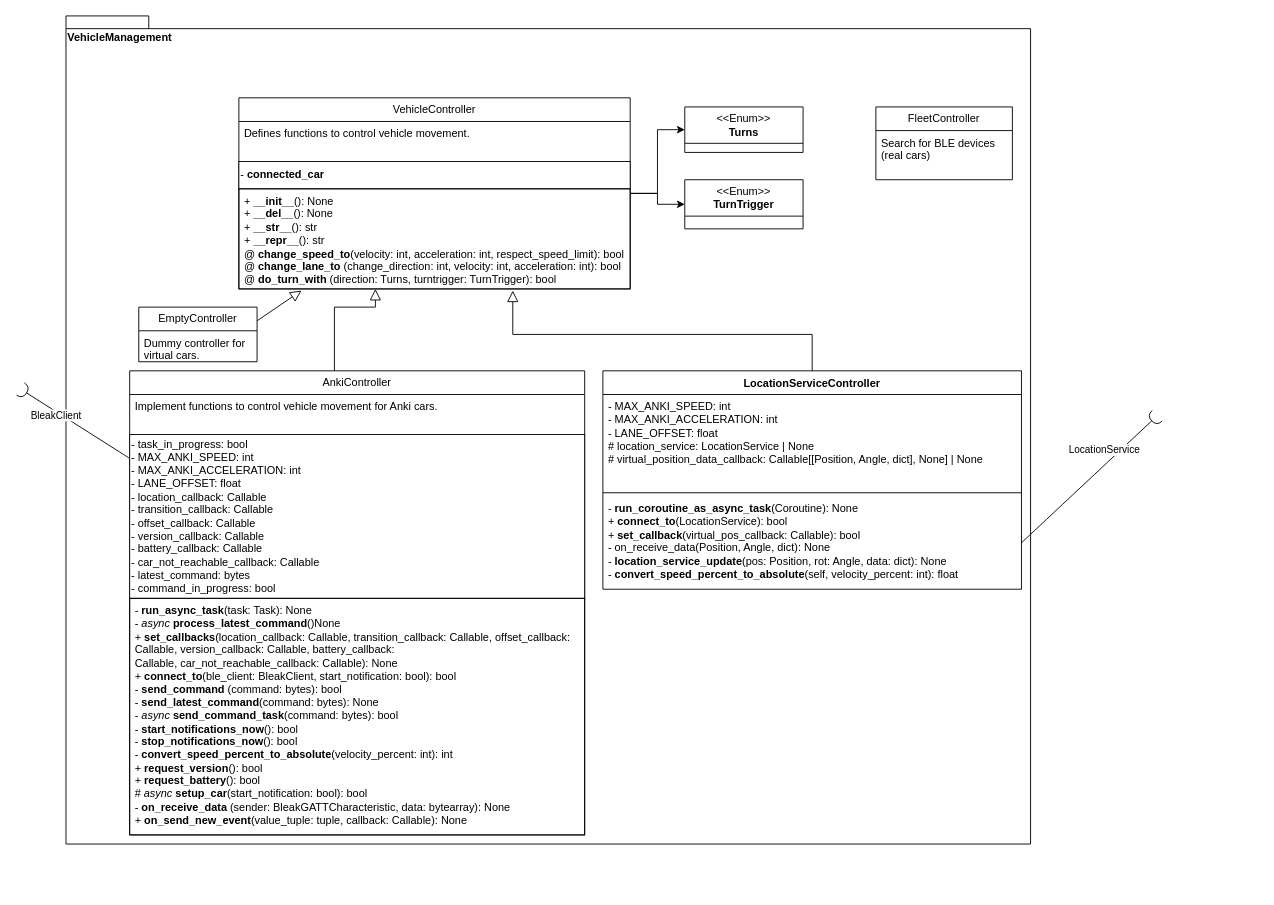
The draw.io diagram src/VehicleManagement/VehicleManagement.drawio in iavofficial/IAV_Distortion, before the edit. Source tidied: cells renumbered, new cells numbered last; positions are measured from the earlier drawing's top-left corner, leaving out a move shared by most shapes. Both pictures are drawn from the tidied source at 91%, with x=0, y=0 at pixel (20, 15).
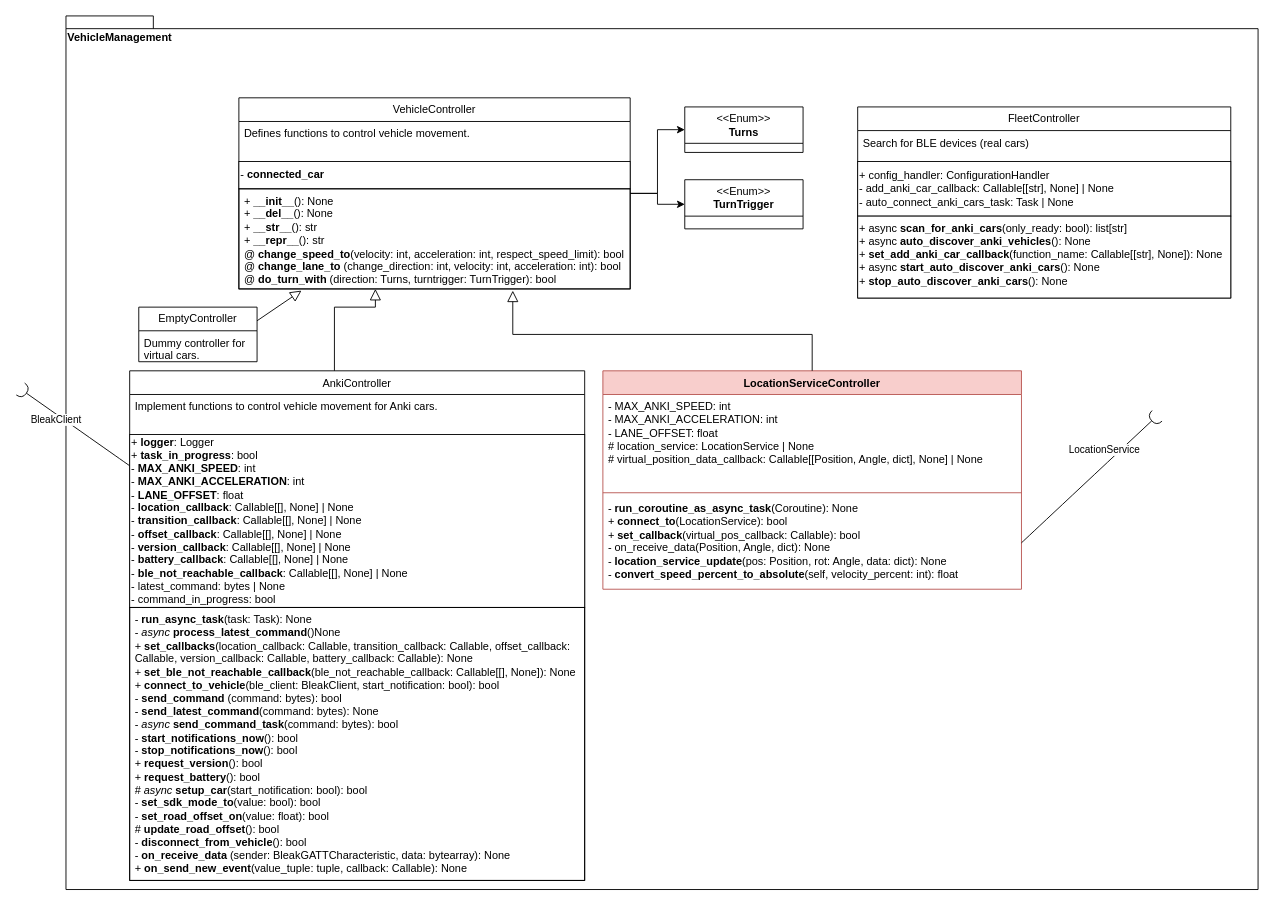
The same diagram, later.

Change to the diagram source:
```diff
@@
     <mxCell id="2" value="VehicleManagement" style="shape=folder;fontStyle=1;spacingTop=10;tabWidth=40;tabHeight=14;tabPosition=left;html=1;whiteSpace=wrap;align=left;verticalAlign=top;" parent="1" vertex="1">
-      <mxGeometry x="50" width="1060" height="910" as="geometry" />
+      <mxGeometry x="50" width="1310" height="960" as="geometry" />
     </mxCell>
-    <mxCell id="3" value="AnkiController" style="swimlane;fontStyle=0;horizontal=1;startSize=26;fillColor=none;whiteSpace=wrap;html=1;" parent="1" vertex="1">
-      <mxGeometry x="120" y="390" width="500" height="510" as="geometry" />
+    <mxCell id="3" value="AnkiController" style="swimlane;fontStyle=0;horizontal=1;startSize=26;fillColor=none;whiteSpace=wrap;html=1;verticalAlign=top;" parent="1" vertex="1">
+      <mxGeometry x="120" y="390" width="500" height="560" as="geometry" />
     </mxCell>
@@
-    <mxCell id="5" value="&lt;div&gt;- task_in_progress: bool&lt;/div&gt;&lt;div&gt;- MAX_ANKI_SPEED: int&lt;/div&gt;&lt;div&gt;- MAX_ANKI_ACCELERATION: int&lt;/div&gt;&lt;div&gt;- LANE_OFFSET: float&lt;/div&gt;&lt;div&gt;- location_callback:&amp;nbsp;Callable&lt;/div&gt;&lt;div&gt;- transition_callback: Callable&lt;/div&gt;&lt;div&gt;- offset_callback: Callable&lt;/div&gt;&lt;div&gt;- version_callback: Callable&lt;/div&gt;&lt;div&gt;- battery_callback: Callable&lt;/div&gt;&lt;div&gt;- car_not_reachable_callback: Callable&lt;/div&gt;&lt;div&gt;&lt;span style=&quot;background-color: initial;&quot;&gt;- latest_command: bytes&lt;/span&gt;&lt;br&gt;&lt;/div&gt;&lt;div&gt;&lt;span style=&quot;background-color: initial;&quot;&gt;- command_in_progress: bool&lt;/span&gt;&lt;br&gt;&lt;/div&gt;" style="html=1;whiteSpace=wrap;align=left;" parent="3" vertex="1">
-      <mxGeometry y="70" width="500" height="180" as="geometry" />
+    <mxCell id="5" value="&lt;div&gt;+&amp;nbsp;&lt;b&gt;logger&lt;/b&gt;: Logger&lt;/div&gt;&lt;div&gt;+ &lt;b&gt;task_in_progress&lt;/b&gt;: bool&lt;/div&gt;&lt;div&gt;- &lt;b&gt;MAX_ANKI_SPEED&lt;/b&gt;: int&lt;/div&gt;&lt;div&gt;- &lt;b&gt;MAX_ANKI_ACCELERATION&lt;/b&gt;: int&lt;/div&gt;&lt;div&gt;- &lt;b&gt;LANE_OFFSET&lt;/b&gt;: float&lt;/div&gt;&lt;div&gt;- &lt;b&gt;location_callback&lt;/b&gt;:&amp;nbsp;&lt;span style=&quot;background-color: initial;&quot;&gt;Callable[[], None] | None&lt;/span&gt;&lt;/div&gt;&lt;div&gt;- &lt;b&gt;transition_callback&lt;/b&gt;:&amp;nbsp;&lt;span style=&quot;background-color: initial;&quot;&gt;Callable[[], None] | None&lt;/span&gt;&lt;/div&gt;&lt;div&gt;- &lt;b&gt;offset_callback&lt;/b&gt;:&amp;nbsp;&lt;span style=&quot;background-color: initial;&quot;&gt;Callable[[], None] | None&lt;/span&gt;&lt;/div&gt;&lt;div&gt;- &lt;b&gt;version_callback&lt;/b&gt;:&amp;nbsp;&lt;span style=&quot;background-color: initial;&quot;&gt;Callable[[], None] | None&lt;/span&gt;&lt;/div&gt;&lt;div&gt;- &lt;b&gt;battery_callback&lt;/b&gt;:&amp;nbsp;&lt;span style=&quot;background-color: initial;&quot;&gt;Callable[[], None] | None&lt;/span&gt;&lt;/div&gt;&lt;div&gt;-&amp;nbsp;&lt;b&gt;ble_not_reachable_callback&lt;/b&gt;: Callable[[], None] | None&lt;/div&gt;&lt;div&gt;&lt;span style=&quot;background-color: initial;&quot;&gt;- latest_command:&amp;nbsp;&lt;/span&gt;&lt;span style=&quot;background-color: initial;&quot;&gt;bytes | None&lt;/span&gt;&lt;/div&gt;&lt;div&gt;&lt;span style=&quot;background-color: initial;&quot;&gt;- command_in_progress: bool&lt;/span&gt;&lt;br&gt;&lt;/div&gt;" style="html=1;whiteSpace=wrap;align=left;" parent="3" vertex="1">
+      <mxGeometry y="70" width="500" height="190" as="geometry" />
     </mxCell>
-    <mxCell id="6" value="&lt;div&gt;-&amp;nbsp;&lt;b&gt;run_async_task&lt;/b&gt;(task: Task): None&lt;br&gt;&lt;/div&gt;&lt;div&gt;-&amp;nbsp;&lt;i&gt;async&amp;nbsp;&lt;/i&gt;&lt;b&gt;process_latest_command&lt;/b&gt;()None&lt;/div&gt;&lt;div&gt;&lt;div&gt;+&amp;nbsp;&lt;b&gt;set_callbacks&lt;/b&gt;(&lt;span style=&quot;background-color: initial;&quot;&gt;location_callback: Callable,&amp;nbsp;&lt;/span&gt;&lt;span style=&quot;background-color: initial;&quot;&gt;transition_callback: Callable,&amp;nbsp;&lt;/span&gt;&lt;span style=&quot;background-color: initial;&quot;&gt;offset_callback: Callable,&amp;nbsp;&lt;/span&gt;&lt;span style=&quot;background-color: initial;&quot;&gt;version_callback: Callable,&amp;nbsp;&lt;/span&gt;&lt;span style=&quot;background-color: initial;&quot;&gt;battery_callback: Callable,&amp;nbsp;&lt;/span&gt;&lt;span style=&quot;background-color: initial;&quot;&gt;car_not_reachable_callback: Callable): None&lt;/span&gt;&lt;/div&gt;&lt;/div&gt;&lt;div&gt;+&amp;nbsp;&lt;b&gt;connect_to&lt;/b&gt;(ble_client: BleakClient, start_notification: bool): bool&lt;/div&gt;&lt;div&gt;-&amp;nbsp;&lt;b&gt;send_command &lt;/b&gt;(command: bytes): bool&lt;/div&gt;&lt;div&gt;-&amp;nbsp;&lt;b&gt;send_latest_command&lt;/b&gt;(command: bytes): None&lt;/div&gt;&lt;div&gt;-&amp;nbsp;&lt;i&gt;async&lt;/i&gt;&amp;nbsp;&lt;b&gt;send_command_task&lt;/b&gt;(command: bytes): bool&lt;/div&gt;&lt;div&gt;- &lt;b&gt;start_notifications_now&lt;/b&gt;(): bool&lt;/div&gt;&lt;div&gt;-&amp;nbsp;&lt;b&gt;stop_notifications_now&lt;/b&gt;(): bool&lt;/div&gt;&lt;div&gt;-&amp;nbsp;&lt;b&gt;convert_speed_percent_to_absolute&lt;/b&gt;(velocity_percent: int): int&lt;/div&gt;&lt;div&gt;+&amp;nbsp;&lt;b&gt;request_version&lt;/b&gt;(): bool&lt;/div&gt;&lt;div&gt;+&amp;nbsp;&lt;b&gt;request_battery&lt;/b&gt;(): bool&lt;/div&gt;&lt;div&gt;#&amp;nbsp;&lt;i&gt;async &lt;/i&gt;&lt;b&gt;setup_car&lt;/b&gt;(start_notification: bool): bool&lt;/div&gt;&lt;div&gt;-&amp;nbsp;&lt;b&gt;on_receive_data &lt;/b&gt;(sender: BleakGATTCharacteristic, data: bytearray): None&lt;br&gt;&lt;/div&gt;&lt;div&gt;+&amp;nbsp;&lt;b&gt;on_send_new_event&lt;/b&gt;(value_tuple: tuple, callback: Callable): None&lt;/div&gt;" style="text;strokeColor=default;fillColor=none;align=left;verticalAlign=top;spacingLeft=4;spacingRight=4;overflow=hidden;whiteSpace=wrap;html=1;" parent="3" vertex="1">
-      <mxGeometry y="250" width="500" height="260" as="geometry" />
+    <mxCell id="6" value="&lt;div&gt;-&amp;nbsp;&lt;b&gt;run_async_task&lt;/b&gt;(task: Task): None&lt;br&gt;&lt;/div&gt;&lt;div&gt;-&amp;nbsp;&lt;i&gt;async&amp;nbsp;&lt;/i&gt;&lt;b&gt;process_latest_command&lt;/b&gt;()None&lt;/div&gt;&lt;div&gt;&lt;div&gt;+&amp;nbsp;&lt;b&gt;set_callbacks&lt;/b&gt;(&lt;span style=&quot;background-color: initial;&quot;&gt;location_callback: Callable,&amp;nbsp;&lt;/span&gt;&lt;span style=&quot;background-color: initial;&quot;&gt;transition_callback: Callable,&amp;nbsp;&lt;/span&gt;&lt;span style=&quot;background-color: initial;&quot;&gt;offset_callback: Callable,&amp;nbsp;&lt;/span&gt;&lt;span style=&quot;background-color: initial;&quot;&gt;version_callback: Callable,&amp;nbsp;&lt;/span&gt;&lt;span style=&quot;background-color: initial;&quot;&gt;battery_callback: Callable&lt;/span&gt;&lt;span style=&quot;background-color: initial;&quot;&gt;): None&lt;/span&gt;&lt;/div&gt;&lt;/div&gt;&lt;div&gt;&lt;span style=&quot;background-color: initial;&quot;&gt;+&amp;nbsp;&lt;/span&gt;&lt;span style=&quot;background-color: initial;&quot;&gt;&lt;b&gt;set_ble_not_reachable_callback&lt;/b&gt;(ble_not_reachable_callback: Callable[[], None]): None&lt;/span&gt;&lt;/div&gt;&lt;div&gt;+ &lt;b&gt;connect_to_vehicle&lt;/b&gt;(ble_client: BleakClient, start_notification: bool): bool&lt;/div&gt;&lt;div&gt;-&amp;nbsp;&lt;b&gt;send_command &lt;/b&gt;(command: bytes): bool&lt;/div&gt;&lt;div&gt;-&amp;nbsp;&lt;b&gt;send_latest_command&lt;/b&gt;(command: bytes): None&lt;/div&gt;&lt;div&gt;-&amp;nbsp;&lt;i&gt;async&lt;/i&gt;&amp;nbsp;&lt;b&gt;send_command_task&lt;/b&gt;(command: bytes): bool&lt;/div&gt;&lt;div&gt;- &lt;b&gt;start_notifications_now&lt;/b&gt;(): bool&lt;/div&gt;&lt;div&gt;-&amp;nbsp;&lt;b&gt;stop_notifications_now&lt;/b&gt;(): bool&lt;/div&gt;&lt;div&gt;+&amp;nbsp;&lt;b&gt;request_version&lt;/b&gt;(): bool&lt;/div&gt;&lt;div&gt;+&amp;nbsp;&lt;b&gt;request_battery&lt;/b&gt;(): bool&lt;/div&gt;&lt;div&gt;#&amp;nbsp;&lt;i&gt;async &lt;/i&gt;&lt;b&gt;setup_car&lt;/b&gt;(start_notification: bool): bool&lt;/div&gt;&lt;div&gt;-&amp;nbsp;&lt;b&gt;set_sdk_mode_to&lt;/b&gt;(value: bool): bool&lt;/div&gt;&lt;div&gt;-&amp;nbsp;&lt;b&gt;set_road_offset_on&lt;/b&gt;(value: float): bool&lt;/div&gt;&lt;div&gt;# &lt;b&gt;update_road_offset&lt;/b&gt;(): bool&lt;br&gt;&lt;/div&gt;&lt;div&gt;-&amp;nbsp;&lt;b&gt;disconnect_from_vehicle&lt;/b&gt;(): bool&lt;/div&gt;&lt;div&gt;-&amp;nbsp;&lt;b&gt;on_receive_data &lt;/b&gt;(sender: BleakGATTCharacteristic, data: bytearray): None&lt;br&gt;&lt;/div&gt;&lt;div&gt;+&amp;nbsp;&lt;b&gt;on_send_new_event&lt;/b&gt;(value_tuple: tuple, callback: Callable): None&lt;/div&gt;" style="text;strokeColor=default;fillColor=none;align=left;verticalAlign=top;spacingLeft=4;spacingRight=4;overflow=hidden;whiteSpace=wrap;html=1;" parent="3" vertex="1">
+      <mxGeometry y="260" width="500" height="300" as="geometry" />
     </mxCell>
@@
     <mxCell id="9" value="FleetController" style="swimlane;fontStyle=0;horizontal=1;startSize=26;fillColor=none;whiteSpace=wrap;html=1;" parent="1" vertex="1">
-      <mxGeometry x="940" y="100" width="150" height="80" as="geometry" />
+      <mxGeometry x="920" y="100" width="410" height="210" as="geometry" />
     </mxCell>
     <mxCell id="10" value="Search for BLE devices (real cars)" style="text;strokeColor=none;fillColor=none;align=left;verticalAlign=top;spacingLeft=4;spacingRight=4;overflow=hidden;whiteSpace=wrap;html=1;" parent="9" vertex="1">
-      <mxGeometry y="26" width="150" height="54" as="geometry" />
+      <mxGeometry y="26" width="410" height="34" as="geometry" />
     </mxCell>
+    <mxCell id="31" value="+&amp;nbsp;config_handler: ConfigurationHandler&lt;div&gt;-&amp;nbsp;add_anki_car_callback: Callable[[str], None] | None&lt;/div&gt;&lt;div&gt;-&amp;nbsp;auto_connect_anki_cars_task: Task | None&lt;/div&gt;" style="rounded=0;whiteSpace=wrap;html=1;align=left;" parent="9" vertex="1">
+      <mxGeometry y="60" width="410" height="60" as="geometry" />
+    </mxCell>
+    <mxCell id="32" value="+ async &lt;b&gt;scan_for_anki_cars&lt;/b&gt;(only_ready: bool): list[str]&lt;div&gt;+ async&amp;nbsp;&lt;b&gt;auto_discover_anki_vehicles&lt;/b&gt;(): None&lt;/div&gt;&lt;div&gt;+&amp;nbsp;&lt;b&gt;set_add_anki_car_callback&lt;/b&gt;(function_name: Callable[[str], None]): None&lt;/div&gt;&lt;div&gt;+ async &lt;b&gt;start_auto_discover_anki_cars&lt;/b&gt;(): None&lt;br&gt;&lt;/div&gt;&lt;div&gt;+ &lt;b&gt;stop_auto_discover_anki_cars&lt;/b&gt;(): None&lt;/div&gt;" style="rounded=0;whiteSpace=wrap;html=1;align=left;verticalAlign=top;" parent="9" vertex="1">
+      <mxGeometry y="120" width="410" height="90" as="geometry" />
+    </mxCell>
@@
-    <mxCell id="24" value="LocationServiceController" style="swimlane;fontStyle=1;align=center;verticalAlign=top;horizontal=1;startSize=26;whiteSpace=wrap;html=1;" parent="1" vertex="1">
+    <mxCell id="24" value="LocationServiceController" style="swimlane;fontStyle=1;align=center;verticalAlign=top;horizontal=1;startSize=26;whiteSpace=wrap;html=1;fillColor=#f8cecc;strokeColor=#b85450;" parent="1" vertex="1">
       <mxGeometry x="640" y="390" width="460" height="240" as="geometry" />
     </mxCell>
```
